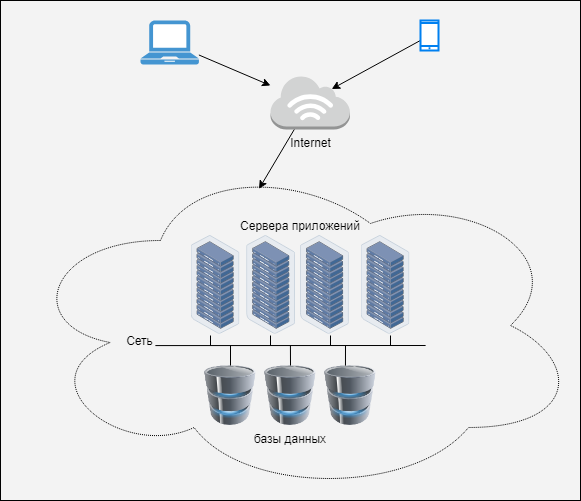
aibolnu/dip_skillbox_2024 keeps this draw.io diagram as docs/img/SkillBox_dip_vw_infra.png. Above is the earlier version. Source tidied: cells renumbered, new cells last; positions are measured from the earlier drawing's top-left corner, leaving out a move shared by most shapes.
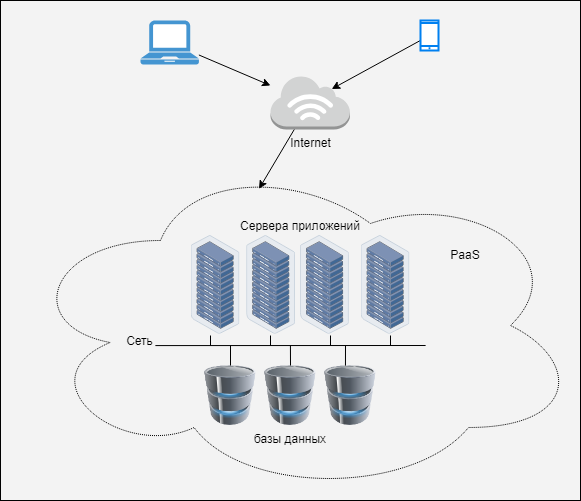
After the commit.

Diff of the diagram source:
```diff
@@ -101,6 +101,9 @@
         <mxPoint x="235.1" as="targetPoint" />
       </mxGeometry>
     </mxCell>
+    <mxCell id="29" value="PaaS" style="text;html=1;align=center;verticalAlign=middle;whiteSpace=wrap;rounded=0;" parent="8" vertex="1">
+      <mxGeometry x="415" y="85" width="60" height="30" as="geometry" />
+    </mxCell>
     <mxCell id="28" style="shadow=0;dashed=0;html=1;strokeColor=none;fillColor=#4495D1;labelPosition=center;verticalLabelPosition=bottom;verticalAlign=top;align=center;outlineConnect=0;shape=mxgraph.veeam.laptop;" parent="1" vertex="1">
       <mxGeometry x="140" y="20" width="58.4" height="44" as="geometry" />
     </mxCell>
```
